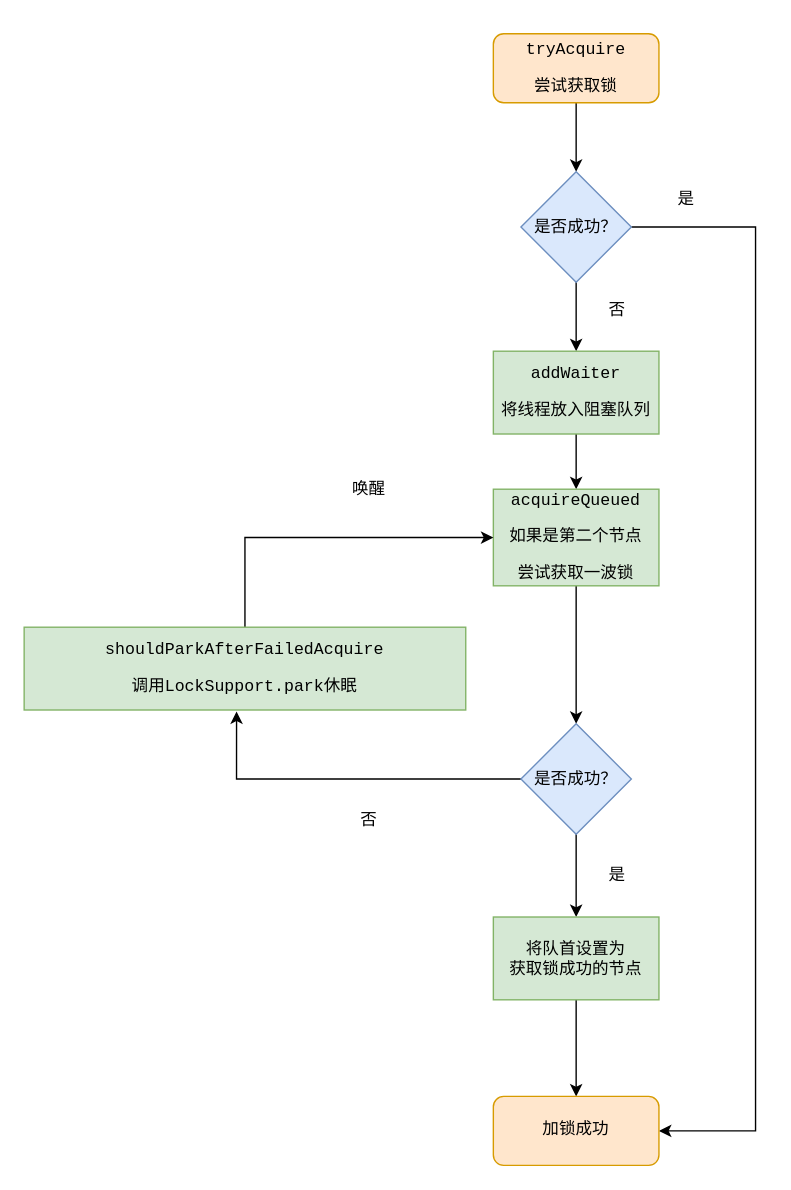
Before: concurrent/不响应中断的独占锁执行流程.drawio in erlieStar/diagrams, a draw.io diagram. Source tidied: cells renumbered, new cells numbered last; positions are measured from the earlier drawing's top-left corner, leaving out a move shared by most shapes. Both pictures are drawn from the tidied source at 138%, with x=0, y=0 at pixel (23, 33).
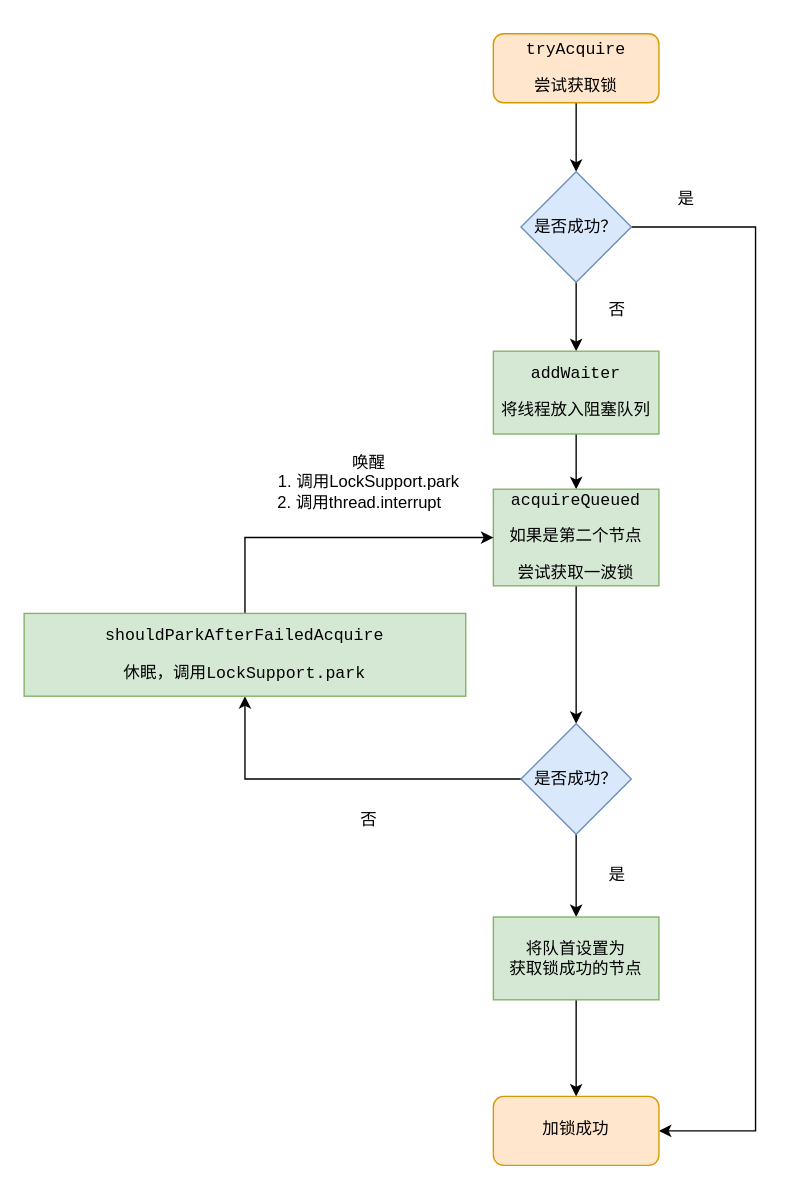
The same page after the edit.

Commit message (it also covers changes not shown here):
Update 不响应中断的独占锁执行流程.drawio

The change refers to these unchanged cells:
```xml
<mxCell id="13" value="是否成功？" style="rhombus;whiteSpace=wrap;html=1;fillColor=#dae8fc;strokeColor=#6c8ebf;" parent="1" vertex="1">
  <mxGeometry x="360" y="500" width="80" height="80" as="geometry" />
</mxCell>
```

What changed in the source:
```diff
@@
-    <mxCell id="12" style="edgeStyle=orthogonalEdgeStyle;rounded=0;jettySize=auto;html=1;exitX=0;exitY=0.5;exitDx=0;exitDy=0;entryX=0.481;entryY=1.017;entryDx=0;entryDy=0;entryPerimeter=0;" parent="1" edge="1" source="13" target="21">
+    <mxCell id="12" style="edgeStyle=orthogonalEdgeStyle;rounded=0;jettySize=auto;html=1;exitX=0;exitY=0.5;exitDx=0;exitDy=0;entryX=0.5;entryY=1;entryDx=0;entryDy=0;" parent="1" edge="1" source="13" target="21">
       <mxGeometry relative="1" as="geometry" />
     </mxCell>
@@
-    <mxCell id="21" value="&lt;pre&gt;shouldParkAfterFailedAcquire&lt;/pre&gt;&lt;pre&gt;调用LockSupport.park休眠&lt;/pre&gt;" style="rounded=0;whiteSpace=wrap;html=1;fillColor=#d5e8d4;strokeColor=#82b366;" parent="1" vertex="1">
-      <mxGeometry y="430" width="320" height="60" as="geometry" />
+    <mxCell id="21" value="&lt;pre&gt;shouldParkAfterFailedAcquire&lt;/pre&gt;&lt;pre&gt;休眠，调用LockSupport.park&lt;/pre&gt;" style="rounded=0;whiteSpace=wrap;html=1;fillColor=#d5e8d4;strokeColor=#82b366;" parent="1" vertex="1">
+      <mxGeometry y="420" width="320" height="60" as="geometry" />
     </mxCell>
@@
-    <mxCell id="23" value="唤醒" style="text;html=1;strokeColor=none;fillColor=none;align=center;verticalAlign=middle;whiteSpace=wrap;rounded=0;" parent="1" vertex="1">
-      <mxGeometry x="230" y="320" width="40" height="20" as="geometry" />
+    <mxCell id="23" value="唤醒&lt;br&gt;1. 调用&lt;span&gt;LockSupport.park&lt;br&gt;2. 调用&lt;/span&gt;thread.interrupt&amp;nbsp; &amp;nbsp;&amp;nbsp;" style="text;html=1;strokeColor=none;fillColor=none;align=center;verticalAlign=middle;whiteSpace=wrap;rounded=0;" parent="1" vertex="1">
+      <mxGeometry x="170" y="300" width="160" height="50" as="geometry" />
     </mxCell>
```
